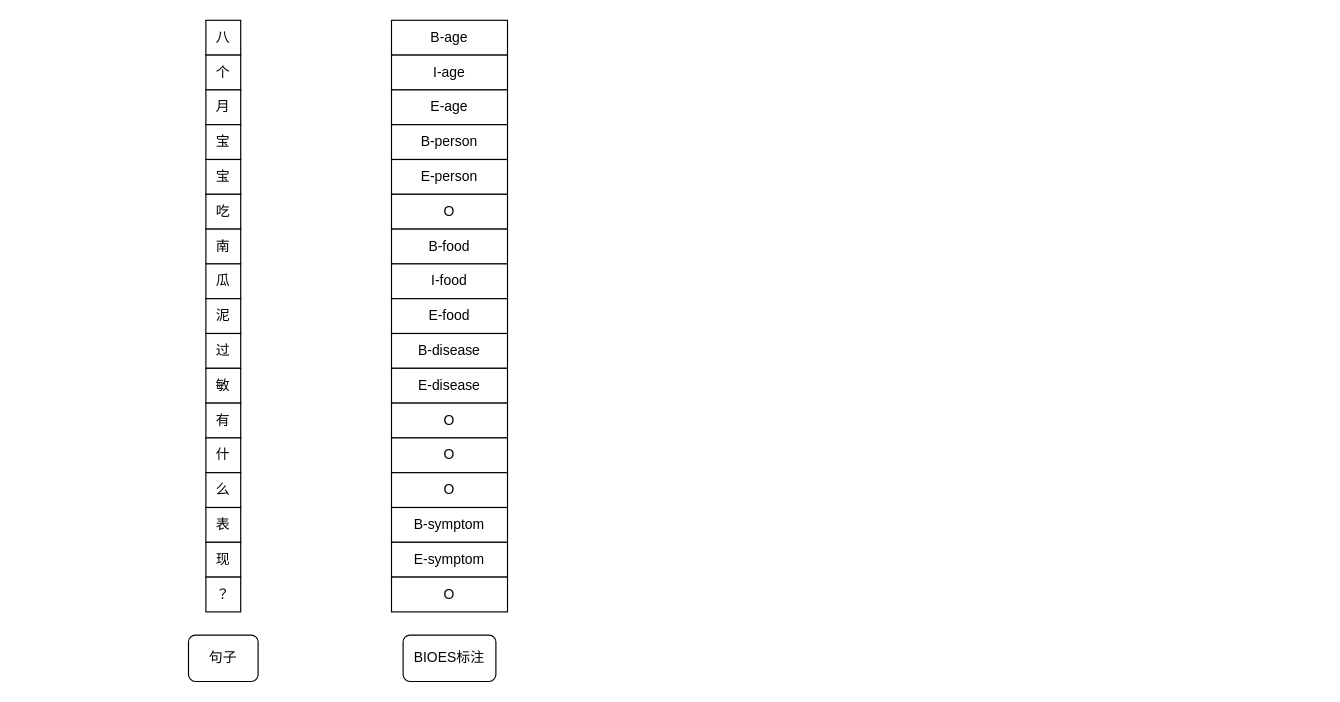
Above: 未命名绘图.drawio in zyaaagit/s-case (draw.io), before the change. Source tidied: cells renumbered, new cells numbered last; positions are measured from the earlier drawing's top-left corner, leaving out a move shared by most shapes. Both pictures are drawn from the tidied source at 116%, with x=0, y=0 at pixel (188, 20).
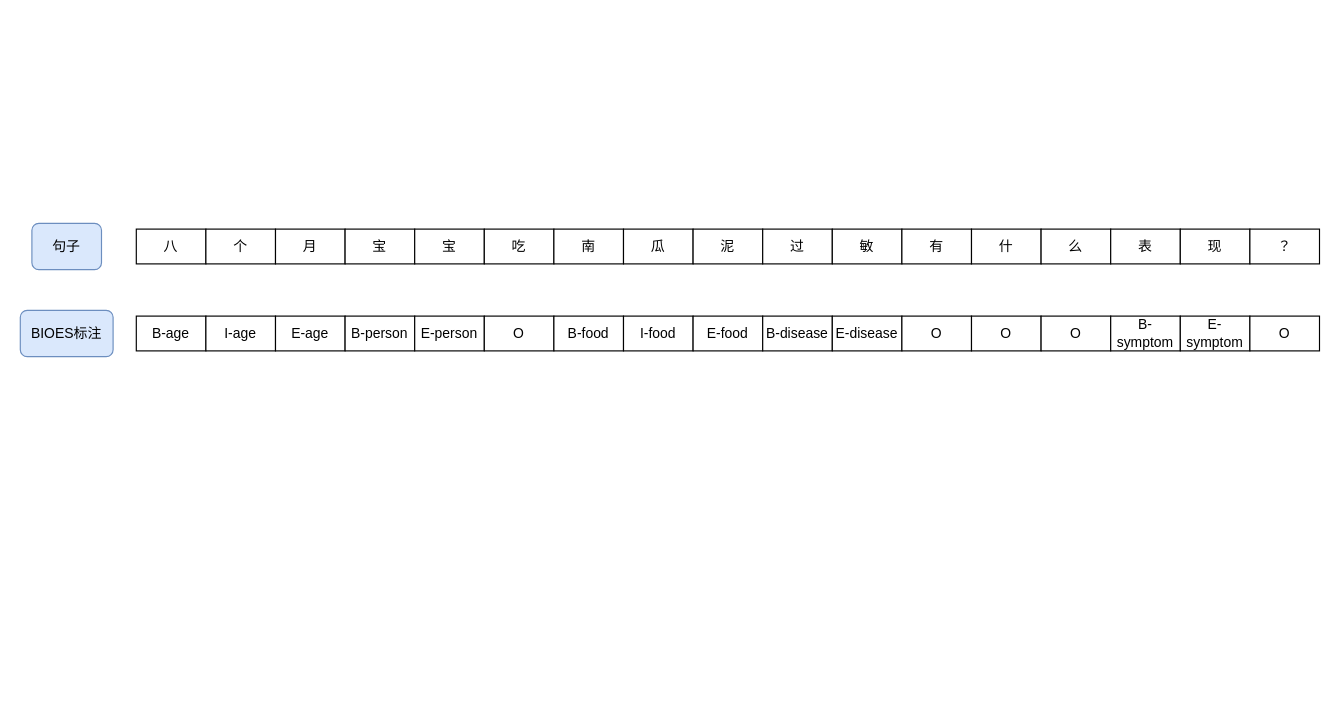
The same diagram, later.

Commit message:
更新未命名绘图.drawio

Diff of the diagram source:
```diff
@@
     <mxCell id="2" value="八" style="rounded=0;whiteSpace=wrap;html=1;" parent="1" vertex="1">
-      <mxGeometry x="15" width="30" height="30" as="geometry" />
+      <mxGeometry x="-45" y="180" width="60" height="30" as="geometry" />
     </mxCell>
     <mxCell id="3" value="个" style="rounded=0;whiteSpace=wrap;html=1;" parent="1" vertex="1">
-      <mxGeometry x="15" y="30" width="30" height="30" as="geometry" />
+      <mxGeometry x="15" y="180" width="60" height="30" as="geometry" />
     </mxCell>
     <mxCell id="4" value="月" style="rounded=0;whiteSpace=wrap;html=1;" parent="1" vertex="1">
-      <mxGeometry x="15" y="60" width="30" height="30" as="geometry" />
+      <mxGeometry x="75" y="180" width="60" height="30" as="geometry" />
     </mxCell>
     <mxCell id="5" value="宝" style="rounded=0;whiteSpace=wrap;html=1;" parent="1" vertex="1">
-      <mxGeometry x="15" y="90" width="30" height="30" as="geometry" />
+      <mxGeometry x="135" y="180" width="60" height="30" as="geometry" />
     </mxCell>
     <mxCell id="6" value="宝" style="rounded=0;whiteSpace=wrap;html=1;" parent="1" vertex="1">
-      <mxGeometry x="15" y="120" width="30" height="30" as="geometry" />
+      <mxGeometry x="195" y="180" width="60" height="30" as="geometry" />
     </mxCell>
     <mxCell id="7" value="吃" style="rounded=0;whiteSpace=wrap;html=1;" parent="1" vertex="1">
-      <mxGeometry x="15" y="150" width="30" height="30" as="geometry" />
+      <mxGeometry x="255" y="180" width="60" height="30" as="geometry" />
     </mxCell>
     <mxCell id="8" value="南" style="rounded=0;whiteSpace=wrap;html=1;" parent="1" vertex="1">
-      <mxGeometry x="15" y="180" width="30" height="30" as="geometry" />
+      <mxGeometry x="315" y="180" width="60" height="30" as="geometry" />
     </mxCell>
     <mxCell id="9" value="瓜" style="rounded=0;whiteSpace=wrap;html=1;" parent="1" vertex="1">
-      <mxGeometry x="15" y="210" width="30" height="30" as="geometry" />
+      <mxGeometry x="375" y="180" width="60" height="30" as="geometry" />
     </mxCell>
     <mxCell id="10" value="泥" style="rounded=0;whiteSpace=wrap;html=1;" parent="1" vertex="1">
-      <mxGeometry x="15" y="240" width="30" height="30" as="geometry" />
+      <mxGeometry x="435" y="180" width="60" height="30" as="geometry" />
     </mxCell>
     <mxCell id="11" value="过" style="rounded=0;whiteSpace=wrap;html=1;" parent="1" vertex="1">
-      <mxGeometry x="15" y="270" width="30" height="30" as="geometry" />
+      <mxGeometry x="495" y="180" width="60" height="30" as="geometry" />
     </mxCell>
     <mxCell id="12" value="敏" style="rounded=0;whiteSpace=wrap;html=1;" parent="1" vertex="1">
-      <mxGeometry x="15" y="300" width="30" height="30" as="geometry" />
+      <mxGeometry x="555" y="180" width="60" height="30" as="geometry" />
     </mxCell>
     <mxCell id="13" value="有" style="rounded=0;whiteSpace=wrap;html=1;" parent="1" vertex="1">
-      <mxGeometry x="15" y="330" width="30" height="30" as="geometry" />
+      <mxGeometry x="615" y="180" width="60" height="30" as="geometry" />
     </mxCell>
     <mxCell id="14" value="什" style="rounded=0;whiteSpace=wrap;html=1;" parent="1" vertex="1">
-      <mxGeometry x="15" y="360" width="30" height="30" as="geometry" />
+      <mxGeometry x="675" y="180" width="60" height="30" as="geometry" />
     </mxCell>
     <mxCell id="15" value="么" style="rounded=0;whiteSpace=wrap;html=1;" parent="1" vertex="1">
-      <mxGeometry x="15" y="390" width="30" height="30" as="geometry" />
+      <mxGeometry x="735" y="180" width="60" height="30" as="geometry" />
     </mxCell>
     <mxCell id="16" value="表" style="rounded=0;whiteSpace=wrap;html=1;" parent="1" vertex="1">
-      <mxGeometry x="15" y="420" width="30" height="30" as="geometry" />
+      <mxGeometry x="795" y="180" width="60" height="30" as="geometry" />
     </mxCell>
     <mxCell id="17" value="现" style="rounded=0;whiteSpace=wrap;html=1;" parent="1" vertex="1">
-      <mxGeometry x="15" y="450" width="30" height="30" as="geometry" />
+      <mxGeometry x="855" y="180" width="60" height="30" as="geometry" />
     </mxCell>
     <mxCell id="18" value="？" style="rounded=0;whiteSpace=wrap;html=1;" parent="1" vertex="1">
-      <mxGeometry x="15" y="480" width="30" height="30" as="geometry" />
+      <mxGeometry x="915" y="180" width="60" height="30" as="geometry" />
     </mxCell>
     <mxCell id="19" value="B-age" style="rounded=0;whiteSpace=wrap;html=1;" parent="1" vertex="1">
-      <mxGeometry x="175" width="100" height="30" as="geometry" />
+      <mxGeometry x="-45" y="255" width="60" height="30" as="geometry" />
     </mxCell>
     <mxCell id="20" value="I-age" style="rounded=0;whiteSpace=wrap;html=1;" parent="1" vertex="1">
-      <mxGeometry x="175" y="30" width="100" height="30" as="geometry" />
+      <mxGeometry x="15" y="255" width="60" height="30" as="geometry" />
     </mxCell>
     <mxCell id="21" value="E-age" style="rounded=0;whiteSpace=wrap;html=1;" parent="1" vertex="1">
-      <mxGeometry x="175" y="60" width="100" height="30" as="geometry" />
+      <mxGeometry x="75" y="255" width="60" height="30" as="geometry" />
     </mxCell>
     <mxCell id="22" value="B-person" style="rounded=0;whiteSpace=wrap;html=1;" parent="1" vertex="1">
-      <mxGeometry x="175" y="90" width="100" height="30" as="geometry" />
+      <mxGeometry x="135" y="255" width="60" height="30" as="geometry" />
     </mxCell>
     <mxCell id="23" value="E-person" style="rounded=0;whiteSpace=wrap;html=1;" parent="1" vertex="1">
-      <mxGeometry x="175" y="120" width="100" height="30" as="geometry" />
+      <mxGeometry x="195" y="255" width="60" height="30" as="geometry" />
     </mxCell>
     <mxCell id="24" value="O" style="rounded=0;whiteSpace=wrap;html=1;" parent="1" vertex="1">
-      <mxGeometry x="175" y="150" width="100" height="30" as="geometry" />
+      <mxGeometry x="255" y="255" width="60" height="30" as="geometry" />
     </mxCell>
     <mxCell id="25" value="B-food" style="rounded=0;whiteSpace=wrap;html=1;" parent="1" vertex="1">
-      <mxGeometry x="175" y="180" width="100" height="30" as="geometry" />
+      <mxGeometry x="315" y="255" width="60" height="30" as="geometry" />
     </mxCell>
     <mxCell id="26" value="I-food" style="rounded=0;whiteSpace=wrap;html=1;" parent="1" vertex="1">
-      <mxGeometry x="175" y="210" width="100" height="30" as="geometry" />
+      <mxGeometry x="375" y="255" width="60" height="30" as="geometry" />
     </mxCell>
     <mxCell id="27" value="E-food" style="rounded=0;whiteSpace=wrap;html=1;" parent="1" vertex="1">
-      <mxGeometry x="175" y="240" width="100" height="30" as="geometry" />
+      <mxGeometry x="435" y="255" width="60" height="30" as="geometry" />
     </mxCell>
     <mxCell id="28" value="B-disease" style="rounded=0;whiteSpace=wrap;html=1;" parent="1" vertex="1">
-      <mxGeometry x="175" y="270" width="100" height="30" as="geometry" />
+      <mxGeometry x="495" y="255" width="60" height="30" as="geometry" />
     </mxCell>
     <mxCell id="29" value="E-disease" style="rounded=0;whiteSpace=wrap;html=1;" parent="1" vertex="1">
-      <mxGeometry x="175" y="300" width="100" height="30" as="geometry" />
+      <mxGeometry x="555" y="255" width="60" height="30" as="geometry" />
     </mxCell>
     <mxCell id="30" value="O" style="rounded=0;whiteSpace=wrap;html=1;" parent="1" vertex="1">
-      <mxGeometry x="175" y="330" width="100" height="30" as="geometry" />
+      <mxGeometry x="615" y="255" width="60" height="30" as="geometry" />
     </mxCell>
     <mxCell id="31" value="O" style="rounded=0;whiteSpace=wrap;html=1;" parent="1" vertex="1">
-      <mxGeometry x="175" y="360" width="100" height="30" as="geometry" />
+      <mxGeometry x="675" y="255" width="60" height="30" as="geometry" />
     </mxCell>
     <mxCell id="32" value="O" style="rounded=0;whiteSpace=wrap;html=1;" parent="1" vertex="1">
-      <mxGeometry x="175" y="390" width="100" height="30" as="geometry" />
+      <mxGeometry x="735" y="255" width="60" height="30" as="geometry" />
     </mxCell>
     <mxCell id="33" value="B-symptom" style="rounded=0;whiteSpace=wrap;html=1;" parent="1" vertex="1">
-      <mxGeometry x="175" y="420" width="100" height="30" as="geometry" />
+      <mxGeometry x="795" y="255" width="60" height="30" as="geometry" />
     </mxCell>
     <mxCell id="34" value="E-symptom" style="rounded=0;whiteSpace=wrap;html=1;" parent="1" vertex="1">
-      <mxGeometry x="175" y="450" width="100" height="30" as="geometry" />
+      <mxGeometry x="855" y="255" width="60" height="30" as="geometry" />
     </mxCell>
     <mxCell id="35" value="O" style="rounded=0;whiteSpace=wrap;html=1;" parent="1" vertex="1">
-      <mxGeometry x="175" y="480" width="100" height="30" as="geometry" />
+      <mxGeometry x="915" y="255" width="60" height="30" as="geometry" />
     </mxCell>
-    <mxCell id="36" value="句子" style="rounded=1;whiteSpace=wrap;html=1;" parent="1" vertex="1">
-      <mxGeometry y="530" width="60" height="40" as="geometry" />
+    <mxCell id="36" value="句子" style="rounded=1;whiteSpace=wrap;html=1;fillColor=#dae8fc;strokeColor=#6c8ebf;" parent="1" vertex="1">
+      <mxGeometry x="-135" y="175" width="60" height="40" as="geometry" />
     </mxCell>
-    <mxCell id="37" value="BIOES标注" style="rounded=1;whiteSpace=wrap;html=1;" parent="1" vertex="1">
-      <mxGeometry x="185" y="530" width="80" height="40" as="geometry" />
+    <mxCell id="37" value="BIOES标注" style="rounded=1;whiteSpace=wrap;html=1;fillColor=#dae8fc;strokeColor=#6c8ebf;" parent="1" vertex="1">
+      <mxGeometry x="-145" y="250" width="80" height="40" as="geometry" />
     </mxCell>
```
